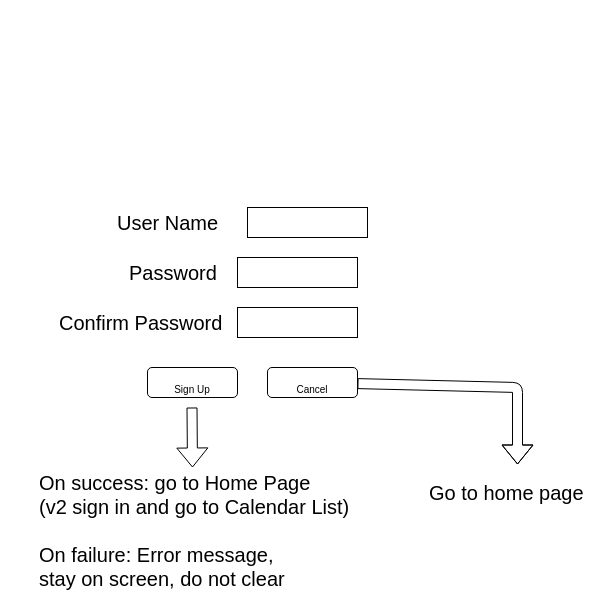
The draw.io diagram markdown_images/drawio/mockup-signup.drawio in ethanstrominger/EventFinderDemo, before the edit. Source tidied: cells renumbered, new cells numbered last; positions are measured from the earlier drawing's top-left corner, leaving out a move shared by most shapes. Both pictures are drawn from the tidied source at 100%, with x=0, y=0 at pixel (37, 207).
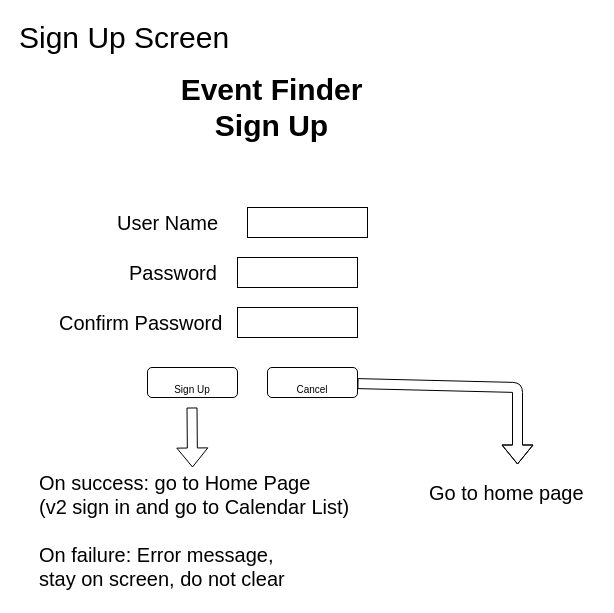
Above is the later version.

The edit, as a diff of the source:
```diff
@@
 <mxGraphModel>
   <root>
     <mxCell id="0" />
     <mxCell id="1" parent="0" />
     <mxCell id="2" style="rounded=0;whiteSpace=wrap;html=1;" parent="1" vertex="1">
       <mxGeometry x="210" width="120" height="30" as="geometry" />
     </mxCell>
     <mxCell id="3" value="User Name" style="text;html=1;align=center;verticalAlign=middle;fontSize=20;" parent="1" vertex="1">
       <mxGeometry x="70" width="120" height="30" as="geometry" />
     </mxCell>
     <mxCell id="4" style="rounded=0;whiteSpace=wrap;html=1;" parent="1" vertex="1">
       <mxGeometry x="200" y="50" width="120" height="30" as="geometry" />
     </mxCell>
     <mxCell id="5" value="Password" style="text;html=1;align=left;verticalAlign=middle;fontSize=20;" parent="1" vertex="1">
       <mxGeometry x="90" y="50" width="100" height="30" as="geometry" />
     </mxCell>
     <mxCell id="6" value="&lt;font size=&quot;1&quot;&gt;Sign Up&lt;/font&gt;" style="rounded=1;whiteSpace=wrap;html=1;strokeColor=#000000;fontSize=30;" parent="1" vertex="1">
       <mxGeometry x="110" y="160" width="90" height="30" as="geometry" />
     </mxCell>
     <mxCell id="7" value="&lt;font size=&quot;1&quot;&gt;Cancel&lt;/font&gt;" style="rounded=1;whiteSpace=wrap;html=1;strokeColor=#000000;fontSize=30;" parent="1" vertex="1">
       <mxGeometry x="230" y="160" width="90" height="30" as="geometry" />
     </mxCell>
     <mxCell id="8" style="shape=flexArrow;endArrow=classic;html=1;fontSize=20;" parent="1" edge="1">
       <mxGeometry relative="1" as="geometry">
         <mxPoint x="154.5" y="200" as="sourcePoint" />
         <mxPoint x="155" y="260" as="targetPoint" />
       </mxGeometry>
     </mxCell>
     <mxCell id="9" style="shape=flexArrow;endArrow=classic;html=1;fontSize=20;" parent="1" edge="1" source="7">
       <mxGeometry relative="1" as="geometry">
         <mxPoint x="480" y="257" as="targetPoint" />
         <Array as="points">
           <mxPoint x="480" y="180" />
         </Array>
       </mxGeometry>
     </mxCell>
     <mxCell id="10" value="On success: go to Home Page&lt;br&gt;(v2 sign in and go to Calendar List)&lt;br&gt;&lt;div&gt;&lt;span&gt;&lt;br&gt;&lt;/span&gt;&lt;/div&gt;&lt;div&gt;&lt;span&gt;On failure: Error message,&lt;/span&gt;&lt;/div&gt;&lt;div&gt;&lt;span&gt;stay on screen, do not clear&lt;/span&gt;&lt;/div&gt;" style="text;html=1;align=left;verticalAlign=middle;fontSize=20;" parent="1" vertex="1">
       <mxGeometry y="258" width="330" height="130" as="geometry" />
     </mxCell>
     <mxCell id="11" value="Go to home page" style="text;html=1;align=left;verticalAlign=middle;fontSize=20;" parent="1" vertex="1">
       <mxGeometry x="390" y="270" width="170" height="30" as="geometry" />
     </mxCell>
     <mxCell id="12" style="rounded=0;whiteSpace=wrap;html=1;" parent="1" vertex="1">
       <mxGeometry x="200" y="100" width="120" height="30" as="geometry" />
     </mxCell>
     <mxCell id="13" value="Confirm Password" style="text;html=1;align=left;verticalAlign=middle;fontSize=20;" parent="1" vertex="1">
       <mxGeometry x="20" y="100" width="180" height="30" as="geometry" />
     </mxCell>
+    <mxCell id="14" value="Event Finder&lt;br&gt;Sign Up" style="text;html=1;align=center;verticalAlign=middle;fontStyle=1;fontSize=30;" parent="1" vertex="1">
+      <mxGeometry x="134" y="-140" width="200" height="80" as="geometry" />
+    </mxCell>
+    <mxCell id="15" value="Sign Up Screen" style="text;html=1;align=left;verticalAlign=middle;fontSize=30;" parent="1" vertex="1">
+      <mxGeometry x="-20" y="-190" width="230" height="40" as="geometry" />
+    </mxCell>
   </root>
 </mxGraphModel>
```
